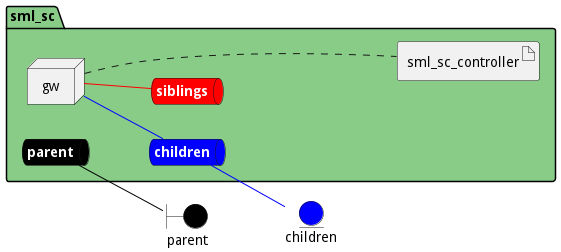
Before: docs/edgemere/sml/sc/envs/test/deployment.png, a diagram exported from PlantUML (madajaju/edgemere).
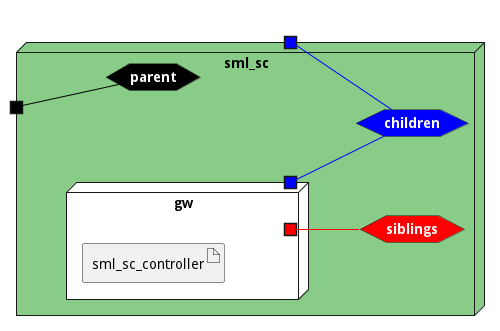
After the commit.

The edit, as a diff of the source:
```diff
@@ -3,43 +3,45 @@
 left to right direction
 
 
-boundary parent #black
-
-
-entity children #blue
 
 
 
 
-package "sml_sc" #88cc88 {
-    queue parentnet #black [
+
+node "sml_sc" #88cc88 {
+
+
+    hexagon parentnet #black [
             <b><color:white>parent</color></b>
     ]
 
-    parentnet -[#black]- parent
+    portin " " as parentnetPortIn #black
+    parentnetPortIn -[#black]- parentnet
 
-    queue childrennet #blue [
+    hexagon childrennet #blue [
             <b><color:white>children</color></b>
     ]
 
-    childrennet -[#blue]- children
+    portout " " as childrennetPortOut #blue
+    childrennet -[#blue]- childrennetPortOut
 
-    queue siblingsnet #red [
+    hexagon siblingsnet #red [
             <b><color:white>siblings</color></b>
     ]
 
 
-node "gw" as gwService
+node "gw" as gwService #white {
+    portOut " " as gwServicechildrennet #blue
+   gwServicechildrennet -[#blue]- childrennet
+       portOut " " as gwServicesiblingsnet #red
+   gwServicesiblingsnet -[#red]- siblingsnet
 
 
-        artifact "sml_sc_controller" as sml_sc_controllerimage
+    artifact "sml_sc_controller" as sml_sc_controllerimage
 
 }
 
-gwService -[#blue]- childrennet
-
-gwService -[#red]- siblingsnet
-gwService .... sml_sc_controllerimage
+}
 
 
 @enduml
```
